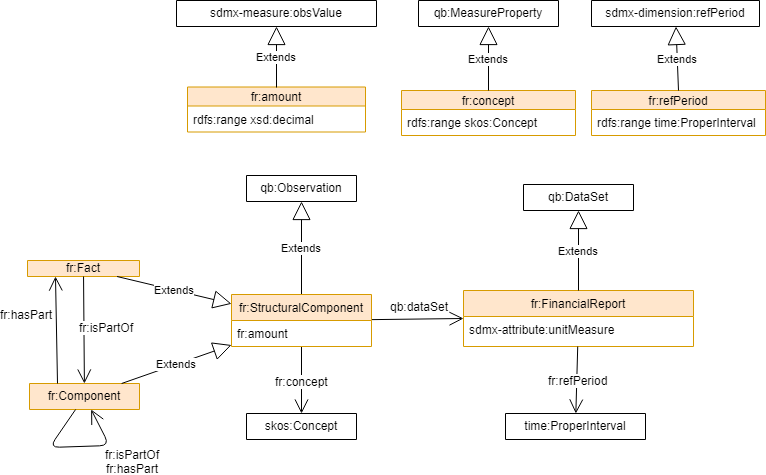
Earlier version of the draw.io export doc/uml-diagram.png (linkeddatacenter/BOTK-fr). Source tidied: cells renumbered, new cells last; positions are measured from the earlier drawing's top-left corner, leaving out a move shared by most shapes.
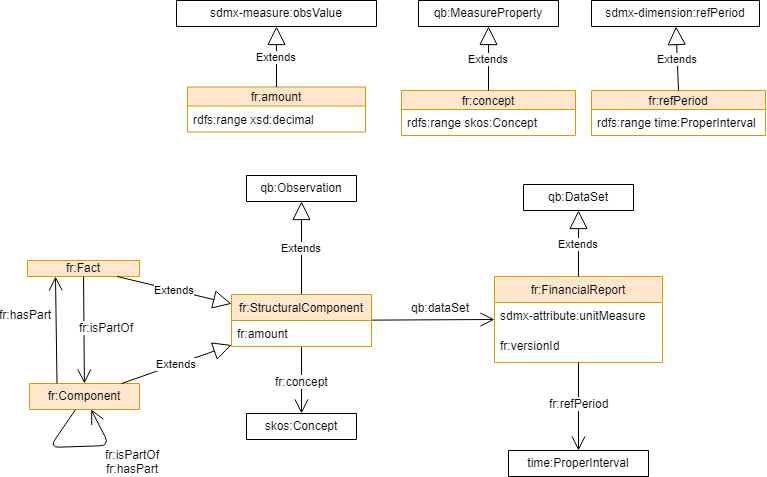
The same file after the commit.

Diff of the diagram source:
```diff
@@ -6,10 +6,13 @@
       <mxGeometry y="260" width="112" height="16" as="geometry" />
     </mxCell>
     <mxCell id="3" value="fr:FinancialReport" style="swimlane;fontStyle=0;horizontal=1;startSize=26;fillColor=#ffe6cc;swimlaneFillColor=#ffffff;strokeWidth=1;strokeColor=#d79b00;" parent="1" vertex="1">
-      <mxGeometry x="436" y="290" width="230" height="56" as="geometry" />
+      <mxGeometry x="467" y="276" width="168" height="86" as="geometry" />
     </mxCell>
+    <mxCell id="41" value="sdmx-attribute:unitMeasure" style="text;html=1;spacingLeft=4;" parent="3" vertex="1">
+      <mxGeometry y="26" width="168" height="30" as="geometry" />
+    </mxCell>
-    <mxCell id="4" value="sdmx-attribute:unitMeasure" style="text;html=1;spacingLeft=4;" parent="3" vertex="1">
-      <mxGeometry y="26" width="230" height="30" as="geometry" />
+    <mxCell id="4" value="fr:versionId" style="text;html=1;spacingLeft=4;" parent="3" vertex="1">
+      <mxGeometry y="56" width="168" height="30" as="geometry" />
     </mxCell>
     <mxCell id="5" style="endArrow=open;endFill=1;endSize=12;html=1;entryX=0;entryY=0.5;" parent="1" edge="1" source="30" target="3">
       <mxGeometry relative="1" as="geometry" />
@@ -23,7 +26,7 @@
       <mxGeometry x="219" y="413" width="110" height="26" as="geometry" />
     </mxCell>
     <mxCell id="8" value="time:ProperInterval" style="swimlane;fontStyle=0;horizontal=1;startSize=26;fillColor=none;swimlaneFillColor=#ffffff;" parent="1" vertex="1" collapsed="1">
-      <mxGeometry x="478" y="413" width="140" height="26" as="geometry" />
+      <mxGeometry x="481" y="450" width="140" height="26" as="geometry" />
     </mxCell>
     <mxCell id="9" style="edgeStyle=orthogonalEdgeStyle;rounded=0;html=1;exitX=1;exitY=0.25;entryX=1;entryY=0.25;jettySize=auto;orthogonalLoop=1;" parent="1" edge="1" source="2" target="2">
       <mxGeometry relative="1" as="geometry" />
```
